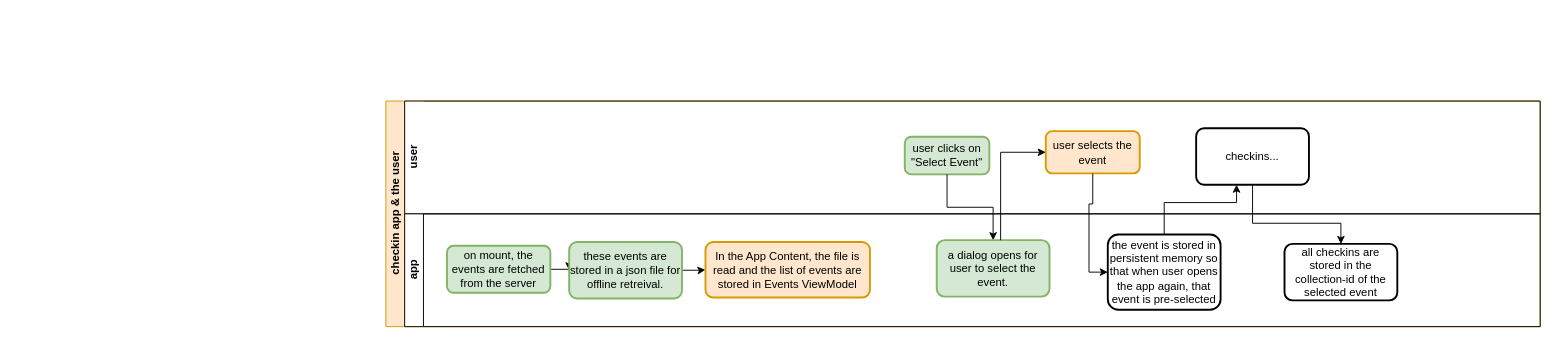
This is hfn-checkin-dynamic-config.drawio from appsparkler/draw.io, a draw.io file, before an edit. Source tidied: cells renumbered, new cells numbered last; positions are measured from the earlier drawing's top-left corner, leaving out a move shared by most shapes. Both pictures are drawn from the tidied source at 94%, with x=0, y=0 at pixel (385, 101).
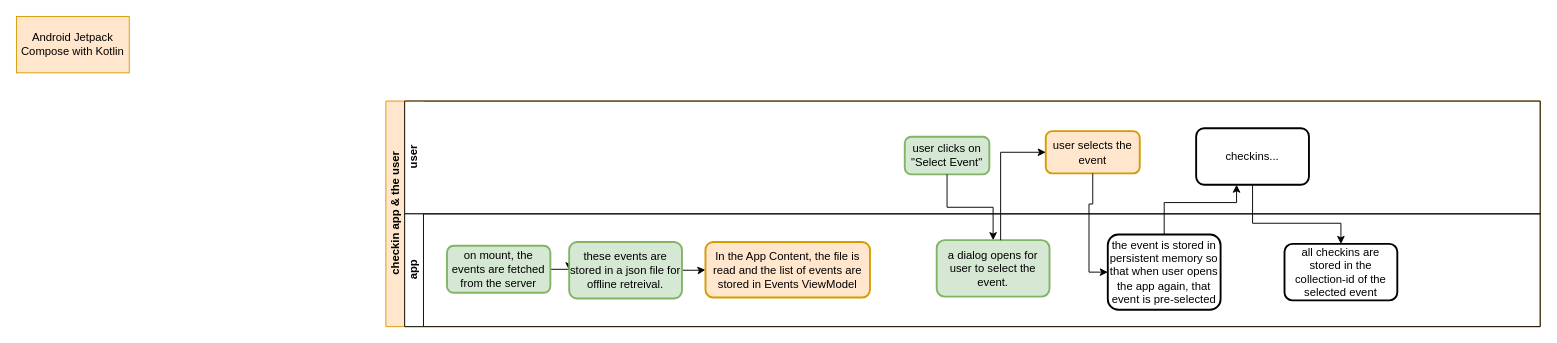
Above is the later version.

Diff of the diagram source:
```diff
@@
+    <mxCell id="21" value="Android Jetpack Compose with Kotlin" style="rounded=0;whiteSpace=wrap;html=1;fillColor=#ffe6cc;strokeColor=#d79b00;" parent="1" vertex="1">
+      <mxGeometry x="-393" y="-90" width="120" height="60" as="geometry" />
+    </mxCell>
```
